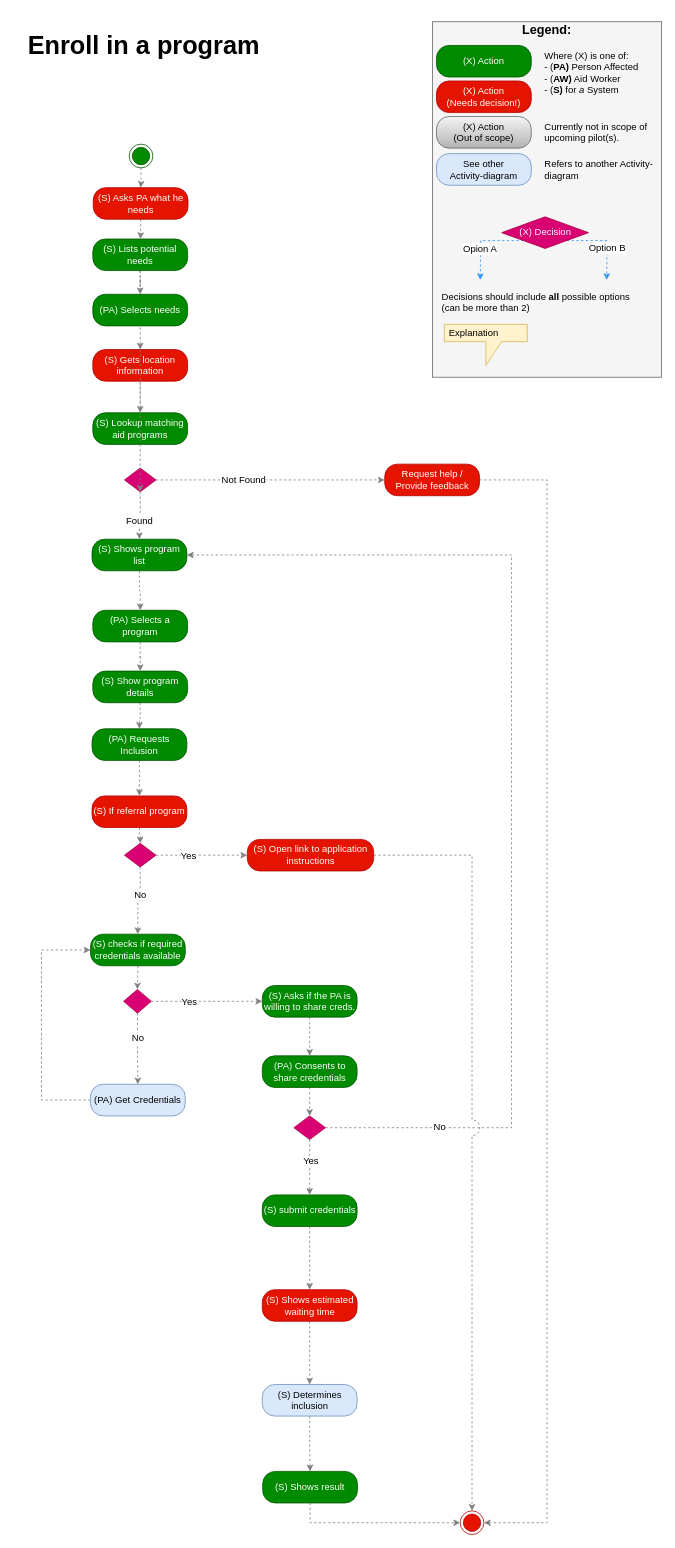
Earlier version of the draw.io diagram Activity Diagrams/Enroll in a program activity.drawio (nsward/diagrams). Source tidied: cells renumbered, new cells numbered last; positions are measured from the earlier drawing's top-left corner, leaving out a move shared by most shapes. Both pictures are drawn from the tidied source at 79%, with x=0, y=0 at pixel (13, 13).
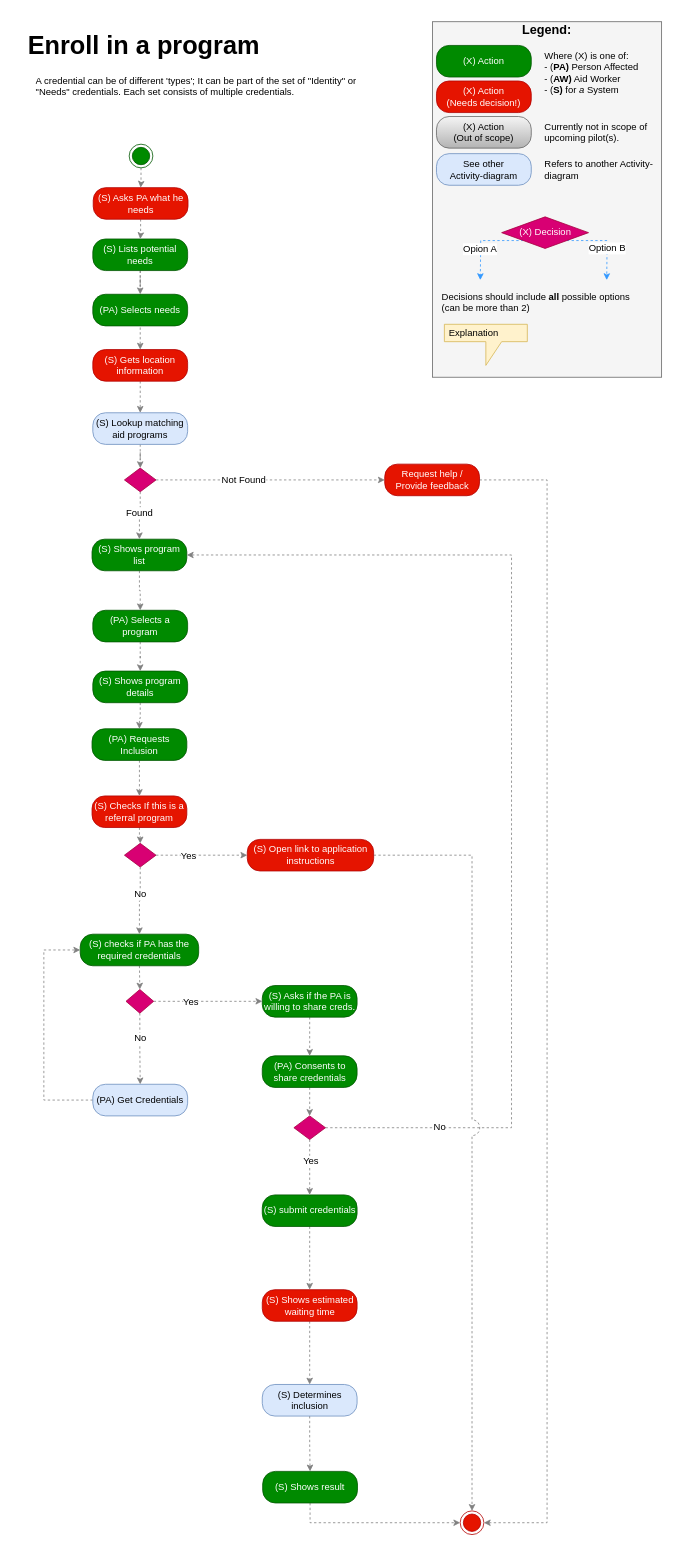
The same page after the edit.

Commit message:
Add diagram description

Unchanged cells that the change refers to:
```xml
<mxCell id="43" style="edgeStyle=orthogonalEdgeStyle;rounded=0;jettySize=auto;html=1;dashed=1;strokeColor=#808080;fontColor=#ffffff;entryX=0.5;entryY=0;entryDx=0;entryDy=0;" parent="1" edge="1" source="45" target="12">
  <mxGeometry relative="1" as="geometry" />
</mxCell>
<mxCell id="45" style="rhombus;whiteSpace=wrap;html=1;fillColor=#d80073;strokeColor=#A50040;fontColor=#ffffff;" parent="1" vertex="1">
  <mxGeometry x="140" y="575" width="40" height="30" as="geometry" />
</mxCell>
```

Change to the diagram source:
```diff
@@
+    <mxCell id="83" style="edgeStyle=orthogonalEdgeStyle;rounded=0;jettySize=auto;html=1;entryX=0.5;entryY=0;entryDx=0;entryDy=0;dashed=1;strokeColor=#808080;fontColor=#ffffff;" parent="1" edge="1" source="9" target="45">
+      <mxGeometry relative="1" as="geometry" />
+    </mxCell>
-    <mxCell id="9" value="(S) Lookup matching aid programs" style="rounded=1;whiteSpace=wrap;html=1;arcSize=40;fillColor=#008a00;strokeColor=#005700;fontColor=#ffffff;" parent="1" vertex="1">
+    <mxCell id="9" value="(S) Lookup matching aid programs" style="rounded=1;whiteSpace=wrap;html=1;arcSize=40;fillColor=#dae8fc;strokeColor=#6c8ebf;fontColor=#000000;" parent="1" vertex="1">
       <mxGeometry x="100" y="505" width="120" height="40" as="geometry" />
     </mxCell>
@@
-    <mxCell id="16" value="(S) Show program details" style="rounded=1;whiteSpace=wrap;html=1;arcSize=40;fillColor=#008a00;strokeColor=#005700;fontColor=#ffffff;" parent="1" vertex="1">
+    <mxCell id="16" value="(S) Shows program details" style="rounded=1;whiteSpace=wrap;html=1;arcSize=40;fillColor=#008a00;strokeColor=#005700;fontColor=#ffffff;" parent="1" vertex="1">
       <mxGeometry x="100" y="832" width="120" height="40" as="geometry" />
     </mxCell>
@@
     <mxCell id="19" style="edgeStyle=orthogonalEdgeStyle;rounded=0;jettySize=auto;html=1;entryX=0;entryY=0.5;entryDx=0;entryDy=0;dashed=1;strokeColor=#808080;fontColor=#ffffff;exitX=0;exitY=0.5;exitDx=0;exitDy=0;" parent="1" edge="1" source="20" target="57">
       <mxGeometry relative="1" as="geometry">
         <Array as="points">
-          <mxPoint x="35" y="1375" />
-          <mxPoint x="35" y="1185" />
+          <mxPoint x="38" y="1375" />
+          <mxPoint x="38" y="1185" />
         </Array>
       </mxGeometry>
     </mxCell>
     <mxCell id="20" value="(PA) Get Credentials" style="rounded=1;whiteSpace=wrap;html=1;arcSize=40;fillColor=#dae8fc;strokeColor=#6c8ebf;" parent="1" vertex="1">
-      <mxGeometry x="97" y="1355" width="120" height="40" as="geometry" />
+      <mxGeometry x="100" y="1355" width="120" height="40" as="geometry" />
     </mxCell>
@@
     <mxCell id="25" style="rhombus;whiteSpace=wrap;html=1;fillColor=#d80073;strokeColor=#A50040;fontColor=#ffffff;" parent="1" vertex="1">
-      <mxGeometry x="139" y="1235" width="35" height="30" as="geometry" />
+      <mxGeometry x="142" y="1235" width="35" height="30" as="geometry" />
     </mxCell>
@@
     <mxCell id="44" value="&lt;font color=&quot;#000000&quot;&gt;Found&lt;/font&gt;" style="text;html=1;align=center;verticalAlign=middle;labelBackgroundColor=#ffffff;fontColor=#ffffff;" parent="43" vertex="1">
-      <mxGeometry x="0.22" y="-1" relative="1" as="geometry" />
+      <mxGeometry x="0.22" y="-1" relative="1" as="geometry">
+        <mxPoint y="-10" as="offset" />
+      </mxGeometry>
     </mxCell>
@@
-    <mxCell id="46" style="edgeStyle=orthogonalEdgeStyle;rounded=0;orthogonalLoop=1;jettySize=auto;html=1;dashed=1;strokeColor=#808080;" parent="1" edge="1">
-      <mxGeometry relative="1" as="geometry">
-        <mxPoint x="160" y="425" as="sourcePoint" />
-        <mxPoint x="160" y="605" as="targetPoint" />
-      </mxGeometry>
-    </mxCell>
@@
-    <mxCell id="54" value="(S) If referral program" style="rounded=1;whiteSpace=wrap;html=1;arcSize=40;fillColor=#e51400;strokeColor=#B20000;fontColor=#ffffff;" parent="1" vertex="1">
+    <mxCell id="54" value="(S) Checks If this is a referral program" style="rounded=1;whiteSpace=wrap;html=1;arcSize=40;fillColor=#e51400;strokeColor=#B20000;fontColor=#ffffff;" parent="1" vertex="1">
       <mxGeometry x="99" y="990" width="120" height="40" as="geometry" />
     </mxCell>
@@
-    <mxCell id="57" value="(S) checks if required credentials available" style="rounded=1;whiteSpace=wrap;html=1;arcSize=40;fillColor=#008a00;strokeColor=#005700;fontColor=#ffffff;" parent="1" vertex="1">
-      <mxGeometry x="97" y="1165" width="120" height="40" as="geometry" />
+    <mxCell id="57" value="(S) checks if PA has the required credentials" style="rounded=1;whiteSpace=wrap;html=1;arcSize=40;fillColor=#008a00;strokeColor=#005700;fontColor=#ffffff;" parent="1" vertex="1">
+      <mxGeometry x="84" y="1165" width="150" height="40" as="geometry" />
     </mxCell>
@@
+    <mxCell id="84" value="&lt;p&gt;A credential can be of different 'types'; It can be part of the set of &quot;Identity&quot; or &quot;Needs&quot; credentials. Each set consists of multiple credentials.&lt;/p&gt;" style="text;html=1;strokeColor=none;fillColor=none;spacing=8;spacingTop=-20;whiteSpace=wrap;overflow=hidden;rounded=0;align=left;" parent="1" vertex="1">
+      <mxGeometry x="20" y="73" width="432" height="57" as="geometry" />
+    </mxCell>
```
